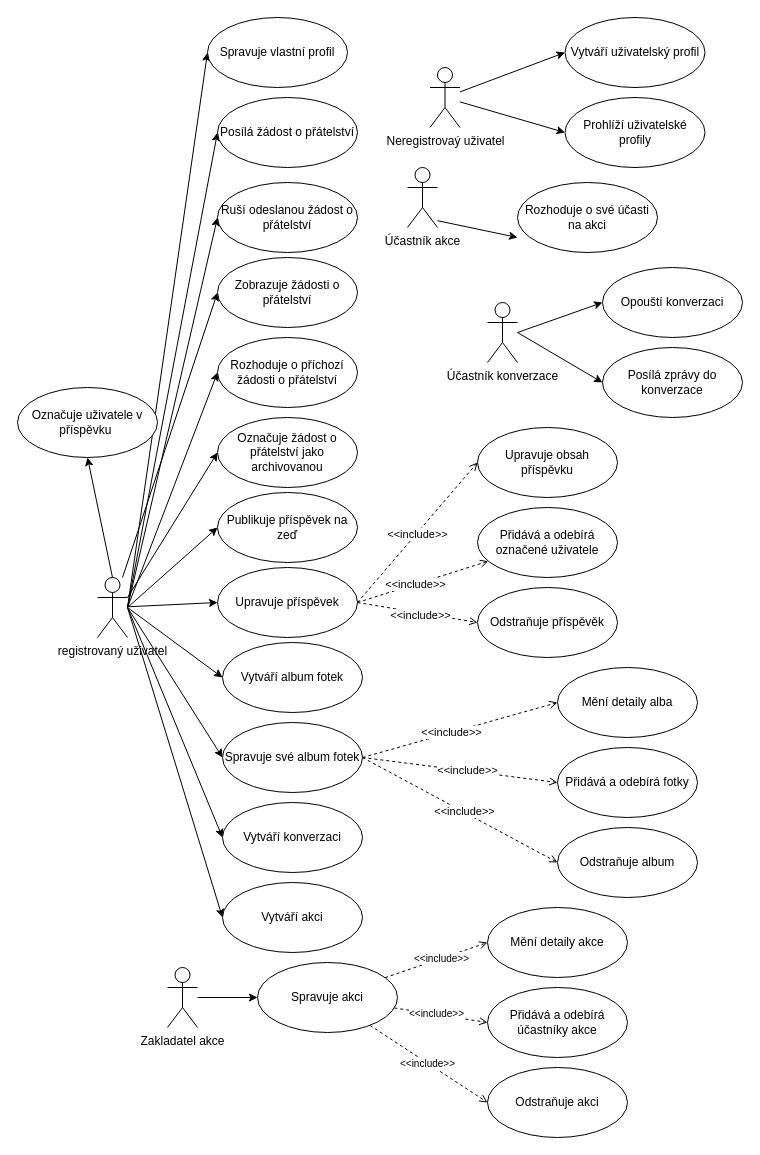
Above: use-case.drawio in JakubBlaha/projekt-IUS (draw.io), before the change. Source tidied: cells renumbered, new cells numbered last; positions are measured from the earlier drawing's top-left corner, leaving out a move shared by most shapes. Both pictures are drawn from the tidied source at 100%, with x=0, y=0 at pixel (17, 17).
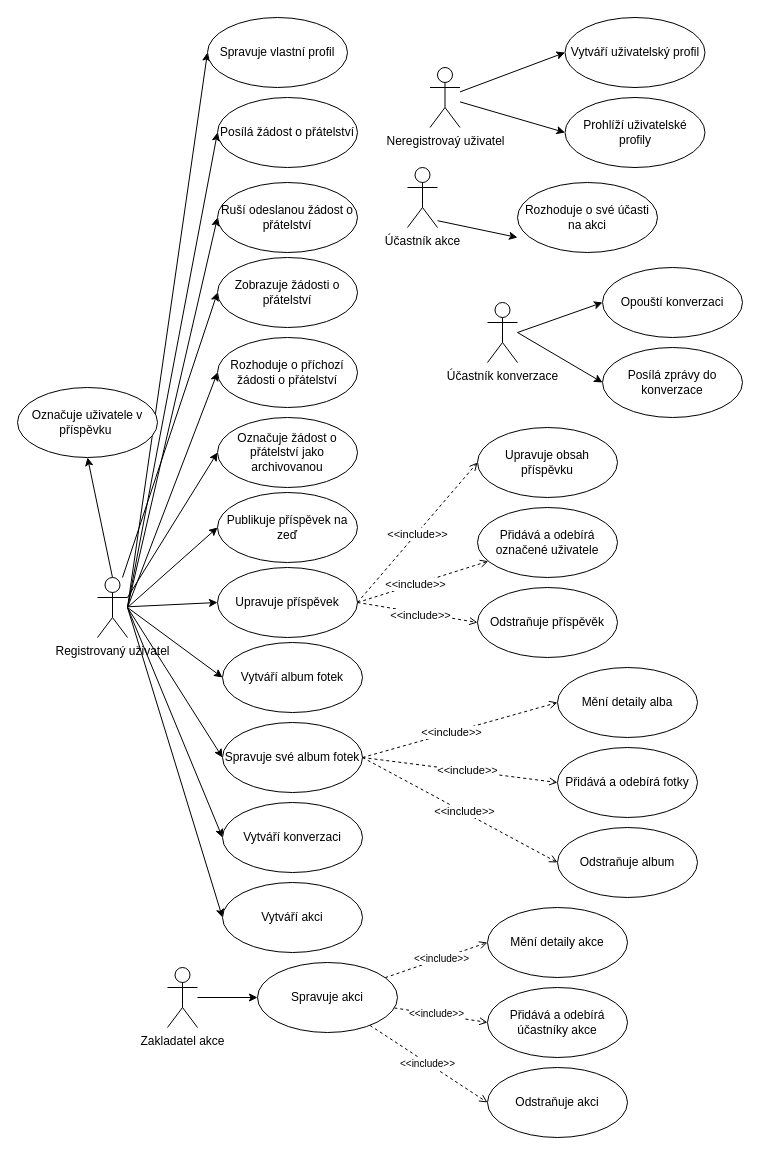
The same diagram, later.

Diff of the diagram source:
```diff
@@
-    <mxCell id="15" value="registrovaný uživatel" style="shape=umlActor;verticalLabelPosition=bottom;verticalAlign=top;html=1;" parent="1" vertex="1">
+    <mxCell id="15" value="Registrovaný uživatel" style="shape=umlActor;verticalLabelPosition=bottom;verticalAlign=top;html=1;" parent="1" vertex="1">
       <mxGeometry x="80" y="560" width="30" height="60" as="geometry" />
     </mxCell>
```
